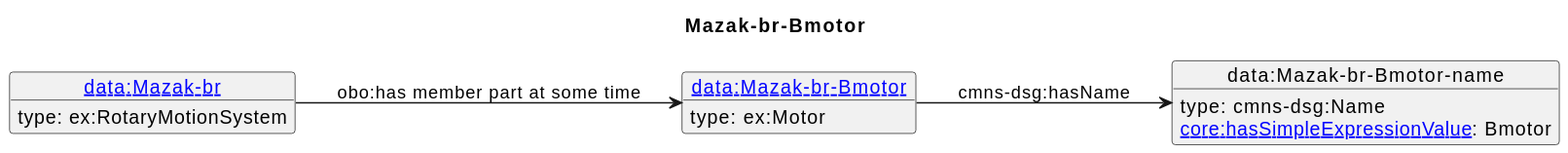
The PlantUML diagram diagrams/Mazak-br-Bmotor.svg in iofoundry/example-syseng-mtconnect, before a commit. Source of this version:
```plantuml
@startuml
skinparam linetype polyline
left to right direction
title Mazak-br-Bmotor
object "[[./Mazak-br-Bmotor.html data:Mazak-br-Bmotor]]" as o1 {
 type: ex:Motor
}
object "data:Mazak-br-Bmotor-name" as o2 {
 type: cmns-dsg:Name
}
object "[[./Mazak-br.html data:Mazak-br]]" as o3 {
 type: ex:RotaryMotionSystem
}
o1 --> o2 : cmns-dsg:hasName
o2 : [[https://spec.industrialontologies.org/ontology/core/Core/hasSimpleExpressionValue core:hasSimpleExpressionValue]]: Bmotor
o3 --> o1 : obo:has member part at some time
@enduml
```
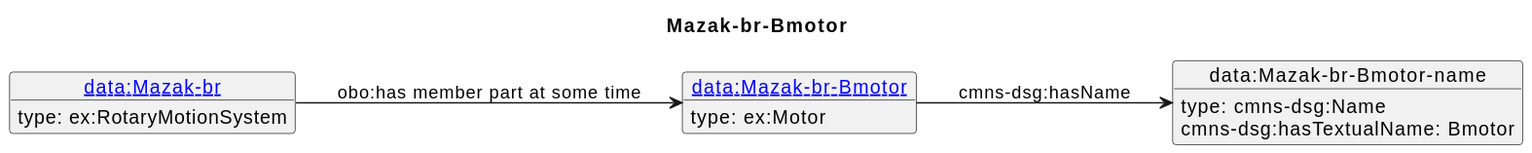
Above is the later version.

What changed in the source:
```diff
@@ -12,6 +12,6 @@
  type: ex:RotaryMotionSystem
 }
 o1 --> o2 : cmns-dsg:hasName
-o2 : [[https://spec.industrialontologies.org/ontology/core/Core/hasSimpleExpressionValue core:hasSimpleExpressionValue]]: Bmotor
+o2 : cmns-dsg:hasTextualName: Bmotor
 o3 --> o1 : obo:has member part at some time
 @enduml
```
